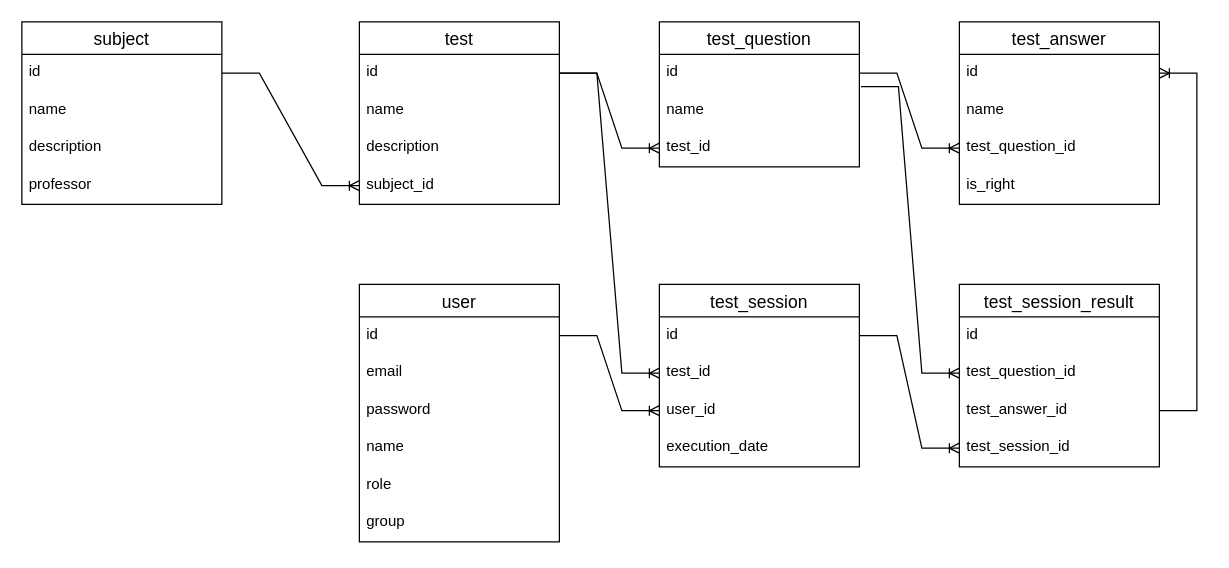
Above: diagram.drawio in cheeseburgerock/student-progress (draw.io), before the change. Source tidied: cells renumbered, new cells numbered last; positions are measured from the earlier drawing's top-left corner, leaving out a move shared by most shapes. Both pictures are drawn from the tidied source at 125%, with x=0, y=0 at pixel (21, 21).
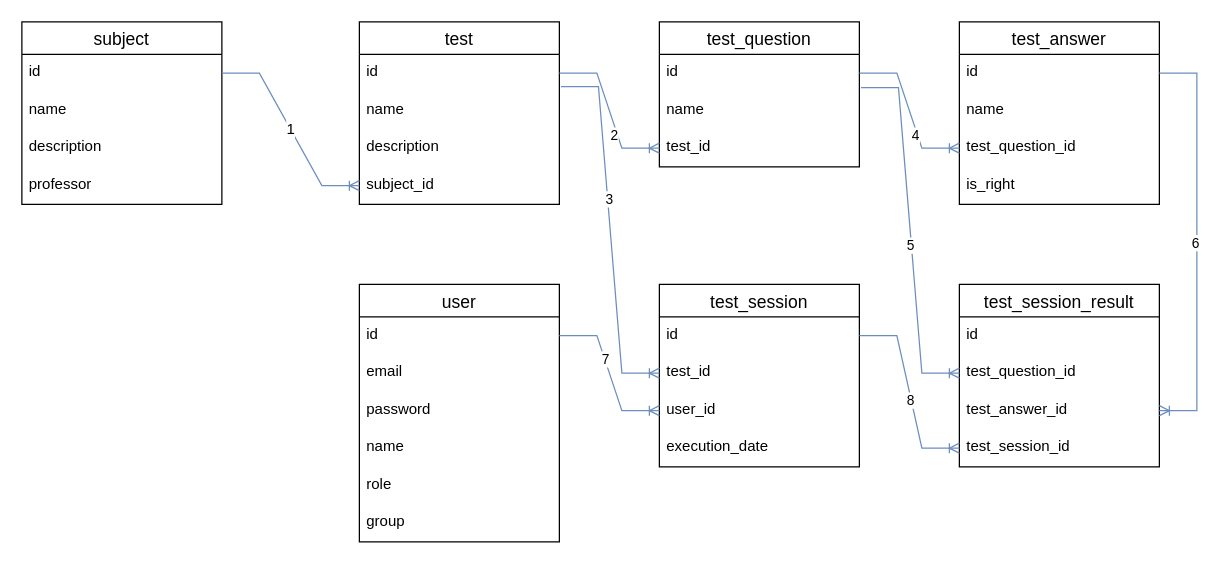
The same diagram, later.

Unchanged cells that the change refers to:
```xml
<mxCell id="3" value="id" style="text;strokeColor=none;fillColor=none;spacingLeft=4;spacingRight=4;overflow=hidden;points=[[0,0.5],[1,0.5]];portConstraint=eastwest;fontSize=12;" parent="2" vertex="1">
  <mxGeometry y="26" width="160" height="30" as="geometry" />
</mxCell>
<mxCell id="6" value="subject_id" style="text;strokeColor=none;fillColor=none;spacingLeft=4;spacingRight=4;overflow=hidden;points=[[0,0.5],[1,0.5]];portConstraint=eastwest;fontSize=12;" parent="2" vertex="1">
  <mxGeometry y="116" width="160" height="30" as="geometry" />
</mxCell>
<mxCell id="8" value="id" style="text;strokeColor=none;fillColor=none;spacingLeft=4;spacingRight=4;overflow=hidden;points=[[0,0.5],[1,0.5]];portConstraint=eastwest;fontSize=12;" parent="7" vertex="1">
  <mxGeometry y="26" width="160" height="30" as="geometry" />
</mxCell>
<mxCell id="9" value="name" style="text;strokeColor=none;fillColor=none;spacingLeft=4;spacingRight=4;overflow=hidden;points=[[0,0.5],[1,0.5]];portConstraint=eastwest;fontSize=12;" parent="7" vertex="1">
  <mxGeometry y="56" width="160" height="30" as="geometry" />
</mxCell>
<mxCell id="10" value="test_id" style="text;strokeColor=none;fillColor=none;spacingLeft=4;spacingRight=4;overflow=hidden;points=[[0,0.5],[1,0.5]];portConstraint=eastwest;fontSize=12;" parent="7" vertex="1">
  <mxGeometry y="86" width="160" height="30" as="geometry" />
</mxCell>
<mxCell id="12" value="id" style="text;strokeColor=none;fillColor=none;spacingLeft=4;spacingRight=4;overflow=hidden;points=[[0,0.5],[1,0.5]];portConstraint=eastwest;fontSize=12;" parent="11" vertex="1">
  <mxGeometry y="26" width="160" height="30" as="geometry" />
</mxCell>
<mxCell id="14" value="test_question_id" style="text;strokeColor=none;fillColor=none;spacingLeft=4;spacingRight=4;overflow=hidden;points=[[0,0.5],[1,0.5]];portConstraint=eastwest;fontSize=12;" parent="11" vertex="1">
  <mxGeometry y="86" width="160" height="30" as="geometry" />
</mxCell>
<mxCell id="19" value="id" style="text;strokeColor=none;fillColor=none;spacingLeft=4;spacingRight=4;overflow=hidden;points=[[0,0.5],[1,0.5]];portConstraint=eastwest;fontSize=12;" parent="18" vertex="1">
  <mxGeometry y="26" width="160" height="30" as="geometry" />
</mxCell>
<mxCell id="20" value="test_id" style="text;strokeColor=none;fillColor=none;spacingLeft=4;spacingRight=4;overflow=hidden;points=[[0,0.5],[1,0.5]];portConstraint=eastwest;fontSize=12;" parent="18" vertex="1">
  <mxGeometry y="56" width="160" height="30" as="geometry" />
</mxCell>
<mxCell id="21" value="user_id" style="text;strokeColor=none;fillColor=none;spacingLeft=4;spacingRight=4;overflow=hidden;points=[[0,0.5],[1,0.5]];portConstraint=eastwest;fontSize=12;" parent="18" vertex="1">
  <mxGeometry y="86" width="160" height="30" as="geometry" />
</mxCell>
<mxCell id="25" value="test_question_id" style="text;strokeColor=none;fillColor=none;spacingLeft=4;spacingRight=4;overflow=hidden;points=[[0,0.5],[1,0.5]];portConstraint=eastwest;fontSize=12;" parent="23" vertex="1">
  <mxGeometry y="56" width="160" height="30" as="geometry" />
</mxCell>
<mxCell id="26" value="test_answer_id" style="text;strokeColor=none;fillColor=none;spacingLeft=4;spacingRight=4;overflow=hidden;points=[[0,0.5],[1,0.5]];portConstraint=eastwest;fontSize=12;" parent="23" vertex="1">
  <mxGeometry y="86" width="160" height="30" as="geometry" />
</mxCell>
<mxCell id="27" value="test_session_id" style="text;strokeColor=none;fillColor=none;spacingLeft=4;spacingRight=4;overflow=hidden;points=[[0,0.5],[1,0.5]];portConstraint=eastwest;fontSize=12;" parent="23" vertex="1">
  <mxGeometry y="116" width="160" height="30" as="geometry" />
</mxCell>
<mxCell id="29" value="id" style="text;strokeColor=none;fillColor=none;spacingLeft=4;spacingRight=4;overflow=hidden;points=[[0,0.5],[1,0.5]];portConstraint=eastwest;fontSize=12;" parent="28" vertex="1">
  <mxGeometry y="26" width="160" height="30" as="geometry" />
</mxCell>
<mxCell id="34" value="id" style="text;strokeColor=none;fillColor=none;spacingLeft=4;spacingRight=4;overflow=hidden;points=[[0,0.5],[1,0.5]];portConstraint=eastwest;fontSize=12;" parent="33" vertex="1">
  <mxGeometry y="26" width="160" height="30" as="geometry" />
</mxCell>
```

What changed in the source:
```diff
@@
-    <mxCell id="16" style="edgeStyle=entityRelationEdgeStyle;fontSize=12;html=1;endArrow=ERoneToMany;rounded=0;" parent="1" edge="1" source="3" target="10">
+    <mxCell id="16" style="edgeStyle=entityRelationEdgeStyle;fontSize=12;html=1;endArrow=ERoneToMany;rounded=0;fillColor=#dae8fc;strokeColor=#6c8ebf;" parent="1" edge="1" source="3" target="10">
       <mxGeometry relative="1" as="geometry" />
     </mxCell>
+    <mxCell id="46" value="2" style="edgeLabel;html=1;align=center;verticalAlign=middle;" parent="16" vertex="1">
+      <mxGeometry x="0.31" y="-3" relative="1" as="geometry" />
+    </mxCell>
-    <mxCell id="17" style="edgeStyle=entityRelationEdgeStyle;fontSize=12;html=1;endArrow=ERoneToMany;rounded=0;" parent="1" edge="1" source="8" target="14">
+    <mxCell id="17" style="edgeStyle=entityRelationEdgeStyle;fontSize=12;html=1;endArrow=ERoneToMany;rounded=0;fillColor=#dae8fc;strokeColor=#6c8ebf;" parent="1" edge="1" source="8" target="14">
       <mxGeometry relative="1" as="geometry" />
     </mxCell>
+    <mxCell id="47" value="4" style="edgeLabel;html=1;align=center;verticalAlign=middle;" parent="17" vertex="1">
+      <mxGeometry x="0.33" y="-2" relative="1" as="geometry" />
+    </mxCell>
@@
-    <mxCell id="40" style="edgeStyle=entityRelationEdgeStyle;fontSize=12;html=1;endArrow=ERoneToMany;rounded=0;" parent="1" edge="1" source="3" target="20">
+    <mxCell id="40" style="edgeStyle=entityRelationEdgeStyle;fontSize=12;html=1;endArrow=ERoneToMany;rounded=0;exitX=1.008;exitY=0.86;exitDx=0;exitDy=0;exitPerimeter=0;fillColor=#dae8fc;strokeColor=#6c8ebf;" parent="1" edge="1" source="3" target="20">
       <mxGeometry relative="1" as="geometry" />
     </mxCell>
+    <mxCell id="48" value="3" style="edgeLabel;html=1;align=center;verticalAlign=middle;" parent="40" vertex="1">
+      <mxGeometry x="-0.17" y="1" relative="1" as="geometry" />
+    </mxCell>
-    <mxCell id="41" style="edgeStyle=entityRelationEdgeStyle;fontSize=12;html=1;endArrow=ERoneToMany;rounded=0;" parent="1" edge="1" source="34" target="21">
+    <mxCell id="41" style="edgeStyle=entityRelationEdgeStyle;fontSize=12;html=1;endArrow=ERoneToMany;rounded=0;fillColor=#dae8fc;strokeColor=#6c8ebf;" parent="1" edge="1" source="34" target="21">
       <mxGeometry relative="1" as="geometry" />
     </mxCell>
+    <mxCell id="49" value="7" style="edgeLabel;html=1;align=center;verticalAlign=middle;" parent="41" vertex="1">
+      <mxGeometry x="-0.2" relative="1" as="geometry" />
+    </mxCell>
-    <mxCell id="42" style="edgeStyle=entityRelationEdgeStyle;fontSize=12;html=1;endArrow=ERoneToMany;rounded=0;" parent="1" edge="1" source="19" target="27">
+    <mxCell id="42" style="edgeStyle=entityRelationEdgeStyle;fontSize=12;html=1;endArrow=ERoneToMany;rounded=0;fillColor=#dae8fc;strokeColor=#6c8ebf;" parent="1" edge="1" source="19" target="27">
       <mxGeometry relative="1" as="geometry" />
     </mxCell>
+    <mxCell id="50" value="8" style="edgeLabel;html=1;align=center;verticalAlign=middle;" parent="42" vertex="1">
+      <mxGeometry x="0.09" y="-1" relative="1" as="geometry" />
+    </mxCell>
-    <mxCell id="43" style="edgeStyle=entityRelationEdgeStyle;fontSize=12;html=1;endArrow=ERoneToMany;rounded=0;" parent="1" edge="1" source="29" target="6">
+    <mxCell id="43" value="1" style="edgeStyle=entityRelationEdgeStyle;fontSize=12;html=1;endArrow=ERoneToMany;rounded=0;fillColor=#dae8fc;strokeColor=#6c8ebf;" parent="1" edge="1" source="29" target="6">
       <mxGeometry relative="1" as="geometry" />
     </mxCell>
-    <mxCell id="44" style="edgeStyle=entityRelationEdgeStyle;fontSize=12;html=1;endArrow=ERoneToMany;rounded=0;" parent="1" edge="1" source="26" target="12">
-      <mxGeometry relative="1" as="geometry" />
-    </mxCell>
+    <mxCell id="51" style="edgeStyle=entityRelationEdgeStyle;fontSize=12;html=1;endArrow=ERoneToMany;rounded=0;fillColor=#dae8fc;strokeColor=#6c8ebf;" parent="1" edge="1" source="12" target="26">
+      <mxGeometry relative="1" as="geometry" />
+    </mxCell>
+    <mxCell id="52" value="6" style="edgeLabel;html=1;align=center;verticalAlign=middle;" parent="51" vertex="1">
+      <mxGeometry y="-2" relative="1" as="geometry" />
+    </mxCell>
-    <mxCell id="45" style="edgeStyle=entityRelationEdgeStyle;fontSize=12;html=1;endArrow=ERoneToMany;rounded=0;exitX=1.008;exitY=-0.14;exitDx=0;exitDy=0;exitPerimeter=0;" parent="1" edge="1" source="9" target="25">
+    <mxCell id="45" style="edgeStyle=entityRelationEdgeStyle;fontSize=12;html=1;endArrow=ERoneToMany;rounded=0;exitX=1.008;exitY=-0.113;exitDx=0;exitDy=0;exitPerimeter=0;fillColor=#dae8fc;strokeColor=#6c8ebf;" parent="1" edge="1" source="9" target="25">
       <mxGeometry relative="1" as="geometry" />
     </mxCell>
+    <mxCell id="53" value="5" style="edgeLabel;html=1;align=center;verticalAlign=middle;" parent="45" vertex="1">
+      <mxGeometry x="0.08" y="-1" relative="1" as="geometry" />
+    </mxCell>
```
